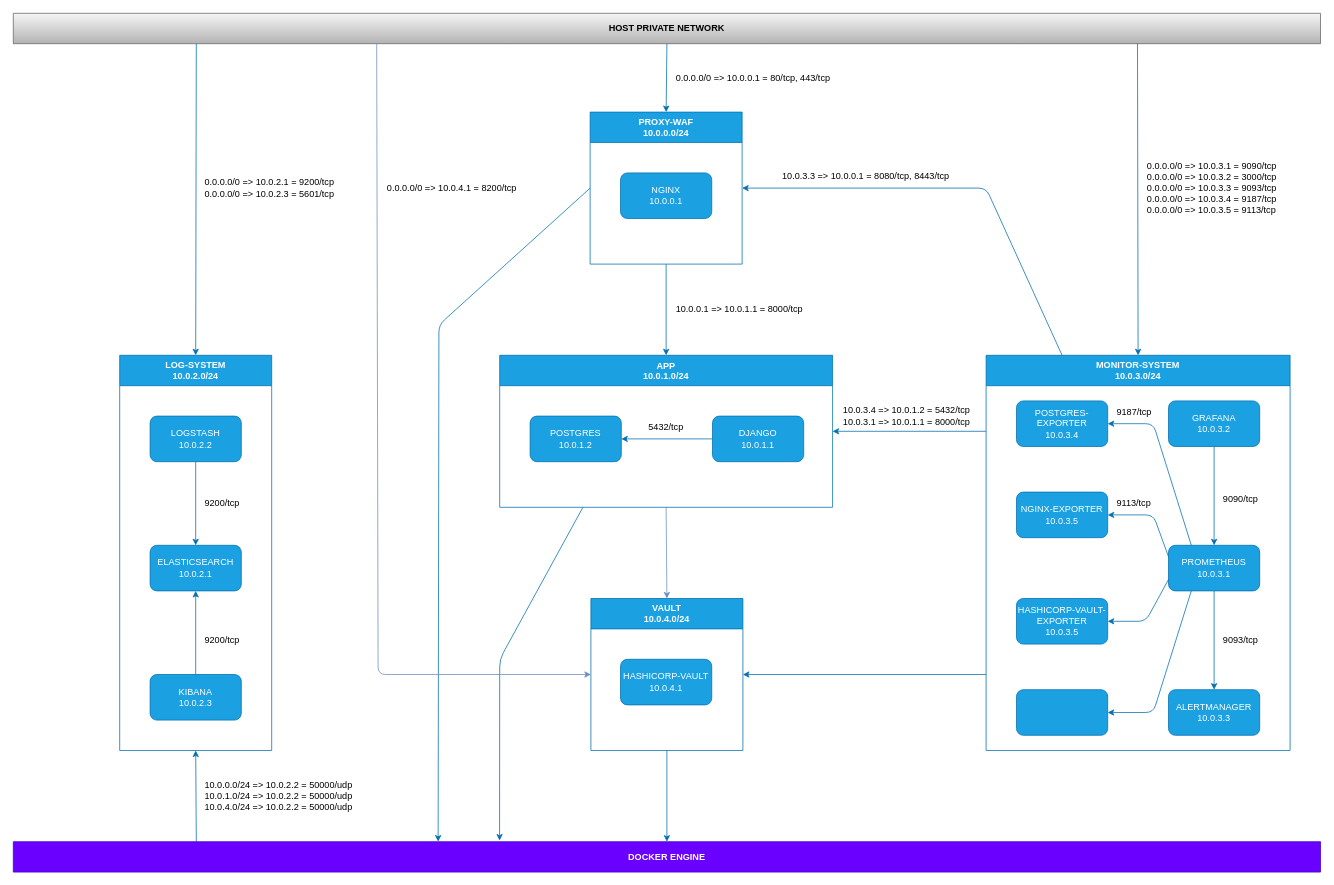
The draw.io diagram _notebook/topology.drawio in GiovanniAfro/ft_Transcendence, before the edit. Source tidied: cells renumbered, new cells numbered last; positions are measured from the earlier drawing's top-left corner, leaving out a move shared by most shapes. Both pictures are drawn from the tidied source at 76%, with x=0, y=0 at pixel (13, 13).
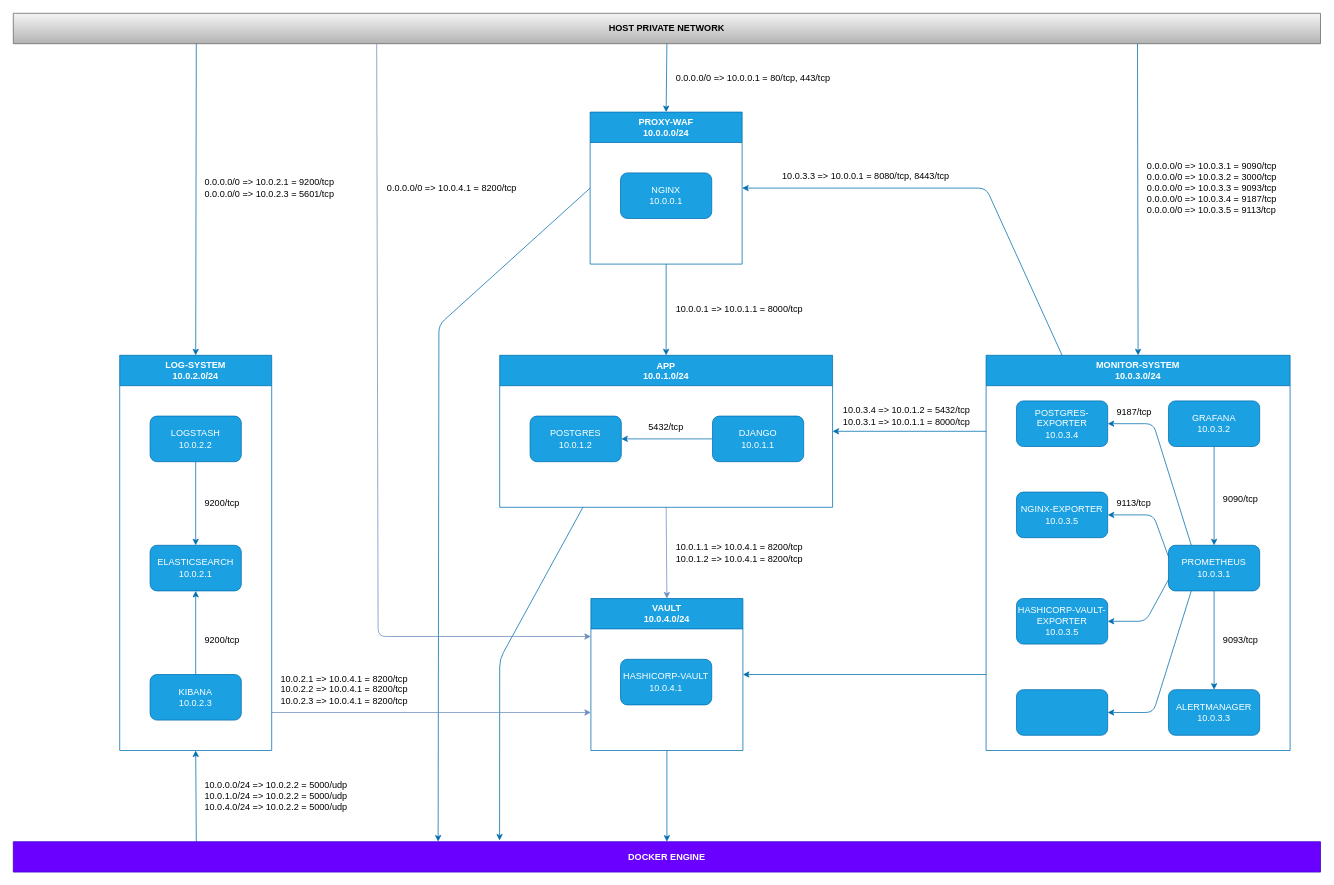
The same diagram, later.

The change refers to these unchanged cells:
```xml
<mxCell id="16" value="HOST PRIVATE NETWORK" style="swimlane;whiteSpace=wrap;html=1;startSize=40;fillColor=#f5f5f5;gradientColor=#b3b3b3;strokeColor=#666666;" parent="1" vertex="1">
  <mxGeometry width="1720" height="40" as="geometry" />
</mxCell>
<mxCell id="18" value="VAULT&lt;br&gt;10.0.4.0/24" style="swimlane;whiteSpace=wrap;html=1;startSize=40;fillColor=#1ba1e2;fontColor=#ffffff;strokeColor=#006EAF;" parent="1" vertex="1">
  <mxGeometry x="760" y="770" width="200" height="200" as="geometry" />
</mxCell>
```

Change to the diagram source:
```diff
@@
-    <mxCell id="15" style="edgeStyle=none;html=1;entryX=0;entryY=0.5;entryDx=0;entryDy=0;fillColor=#dae8fc;strokeColor=#6c8ebf;exitX=0.278;exitY=1.014;exitDx=0;exitDy=0;exitPerimeter=0;" parent="1" edge="1" source="16" target="18">
+    <mxCell id="15" style="edgeStyle=none;html=1;entryX=0;entryY=0.25;entryDx=0;entryDy=0;fillColor=#dae8fc;strokeColor=#6c8ebf;exitX=0.278;exitY=1.014;exitDx=0;exitDy=0;exitPerimeter=0;" parent="1" edge="1" source="16" target="18">
       <mxGeometry relative="1" as="geometry">
         <Array as="points">
-          <mxPoint x="480" y="870" />
+          <mxPoint x="480" y="820" />
+          <mxPoint x="620" y="820" />
         </Array>
       </mxGeometry>
     </mxCell>
@@
+    <mxCell id="60" style="edgeStyle=none;html=1;entryX=0;entryY=0.75;entryDx=0;entryDy=0;fillColor=#dae8fc;strokeColor=#6c8ebf;" parent="1" edge="1" target="18">
+      <mxGeometry relative="1" as="geometry">
+        <mxPoint x="340" y="920" as="sourcePoint" />
+      </mxGeometry>
+    </mxCell>
@@
-    <mxCell id="36" value="10.0.0.0/24 =&amp;gt; 10.0.2.2 = 50000/udp&lt;br&gt;10.0.1.0/24 =&amp;gt; 10.0.2.2 = 50000/udp&lt;br&gt;10.0.4.0/24 =&amp;gt; 10.0.2.2 = 50000/udp" style="text;html=1;align=left;verticalAlign=middle;strokeColor=none;fillColor=none;" parent="1" vertex="1">
-      <mxGeometry x="250" y="1000" width="220" height="60" as="geometry" />
+    <mxCell id="36" value="10.0.0.0/24 =&amp;gt; 10.0.2.2 = 5000/udp&lt;br&gt;10.0.1.0/24 =&amp;gt; 10.0.2.2 = 5000/udp&lt;br&gt;10.0.4.0/24 =&amp;gt; 10.0.2.2 = 5000/udp" style="text;html=1;align=left;verticalAlign=middle;strokeColor=none;fillColor=none;" parent="1" vertex="1">
+      <mxGeometry x="250" y="1000" width="210" height="60" as="geometry" />
     </mxCell>
@@
+    <mxCell id="61" value="10.0.1.1 =&amp;gt; 10.0.4.1 = 8200/tcp&lt;br&gt;10.0.1.2 =&amp;gt; 10.0.4.1 = 8200/tcp" style="text;html=1;align=left;verticalAlign=middle;strokeColor=none;fillColor=none;" parent="1" vertex="1">
+      <mxGeometry x="870" y="690" width="190" height="40" as="geometry" />
+    </mxCell>
+    <mxCell id="62" value="10.0.2.1 =&amp;gt; 10.0.4.1 = 8200/tcp&lt;br&gt;10.0.2.2 =&amp;gt; 10.0.4.1 = 8200/tcp&lt;br&gt;10.0.2.3 =&amp;gt; 10.0.4.1 = 8200/tcp" style="text;html=1;align=left;verticalAlign=middle;strokeColor=none;fillColor=none;" parent="1" vertex="1">
+      <mxGeometry x="350" y="860" width="190" height="60" as="geometry" />
+    </mxCell>
```
